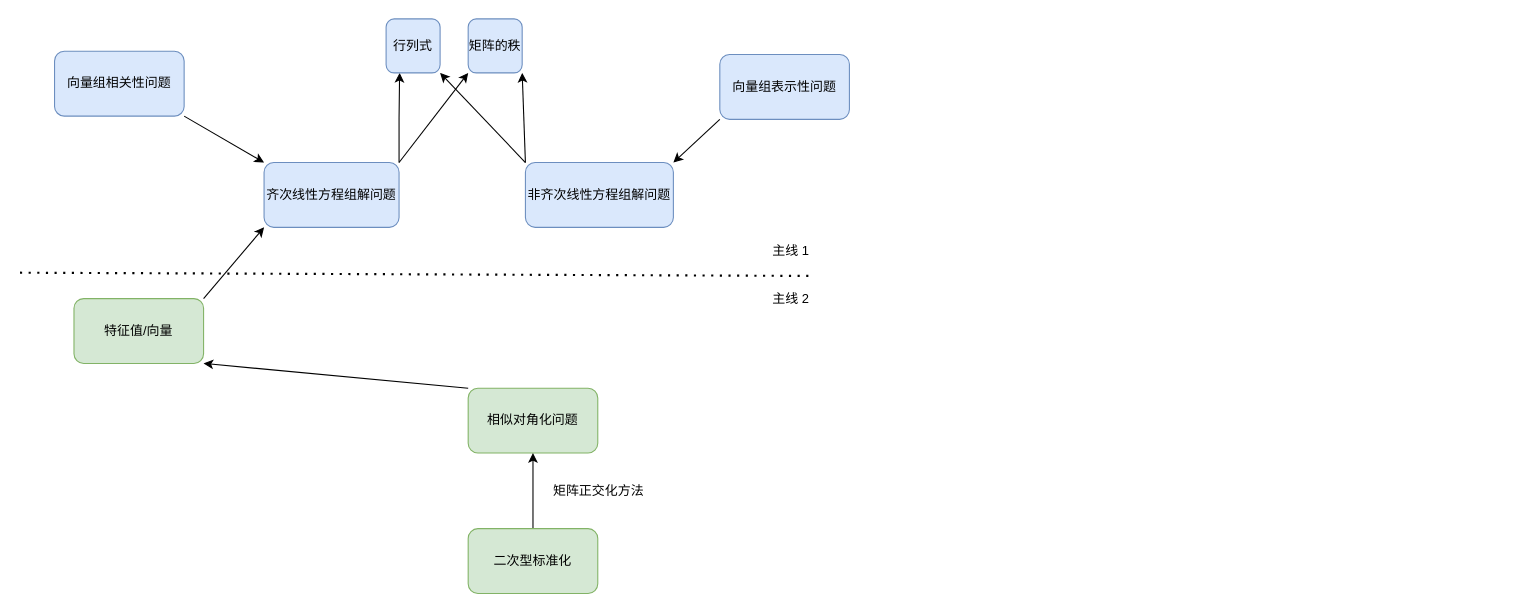
This is math.drawio from gaohongy/drawio, a draw.io file, before an edit. Source tidied: cells renumbered, new cells numbered last; positions are measured from the earlier drawing's top-left corner, leaving out a move shared by most shapes. Both pictures are drawn from the tidied source at 108%, with x=0, y=0 at pixel (19, 18).
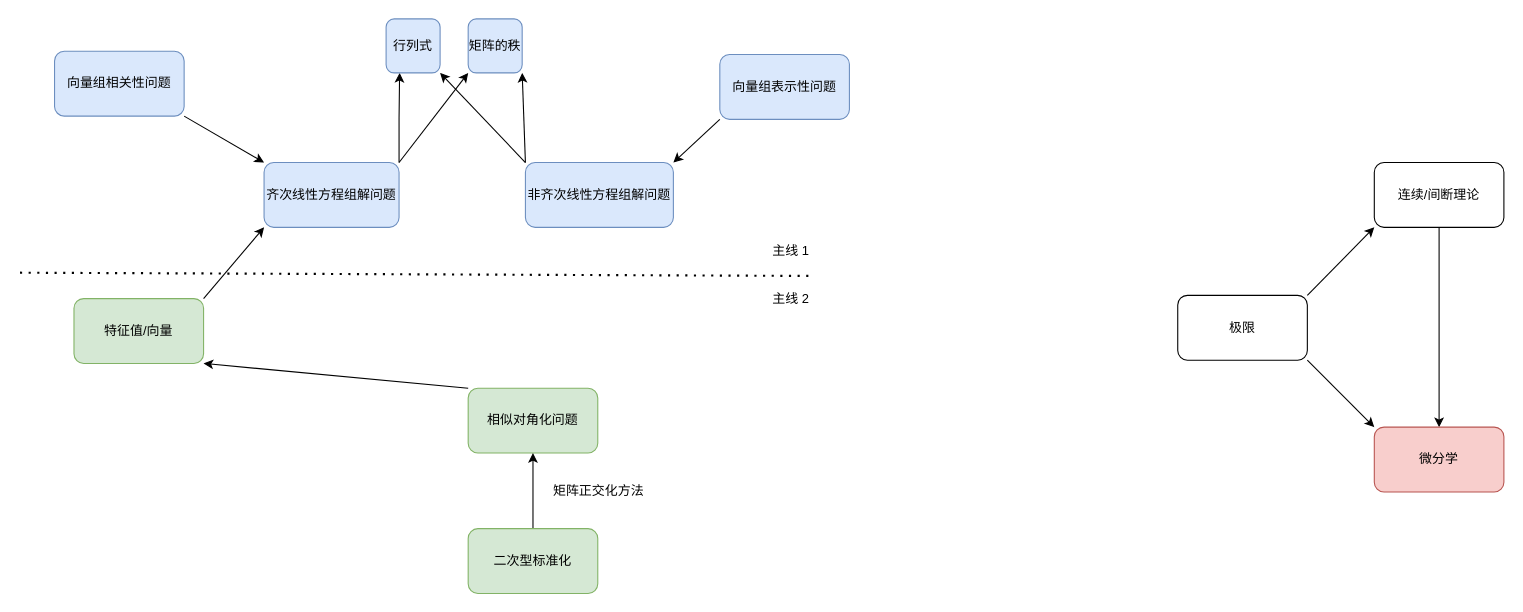
After the change.

What changed in the source:
```diff
@@
+    <mxCell id="24" style="rounded=0;jettySize=auto;html=1;exitX=1;exitY=0;exitDx=0;exitDy=0;entryX=0;entryY=1;entryDx=0;entryDy=0;" parent="1" edge="1" source="26" target="28">
+      <mxGeometry relative="1" as="geometry" />
+    </mxCell>
+    <mxCell id="25" style="rounded=0;jettySize=auto;html=1;exitX=1;exitY=1;exitDx=0;exitDy=0;entryX=0;entryY=0;entryDx=0;entryDy=0;" parent="1" edge="1" source="26" target="29">
+      <mxGeometry relative="1" as="geometry" />
+    </mxCell>
+    <mxCell id="26" value="极限" style="rounded=1;whiteSpace=wrap;html=1;" parent="1" vertex="1">
+      <mxGeometry x="1072" y="256" width="120" height="60" as="geometry" />
+    </mxCell>
+    <mxCell id="27" style="edgeStyle=orthogonalEdgeStyle;rounded=0;jettySize=auto;html=1;exitX=0.5;exitY=1;exitDx=0;exitDy=0;entryX=0.5;entryY=0;entryDx=0;entryDy=0;" parent="1" edge="1" source="28" target="29">
+      <mxGeometry relative="1" as="geometry" />
+    </mxCell>
+    <mxCell id="28" value="连续/间断理论" style="rounded=1;whiteSpace=wrap;html=1;" parent="1" vertex="1">
+      <mxGeometry x="1254" y="133" width="120" height="60" as="geometry" />
+    </mxCell>
+    <mxCell id="29" value="微分学" style="rounded=1;whiteSpace=wrap;html=1;fillColor=#f8cecc;strokeColor=#b85450;" parent="1" vertex="1">
+      <mxGeometry x="1254" y="378" width="120" height="60" as="geometry" />
+    </mxCell>
```
